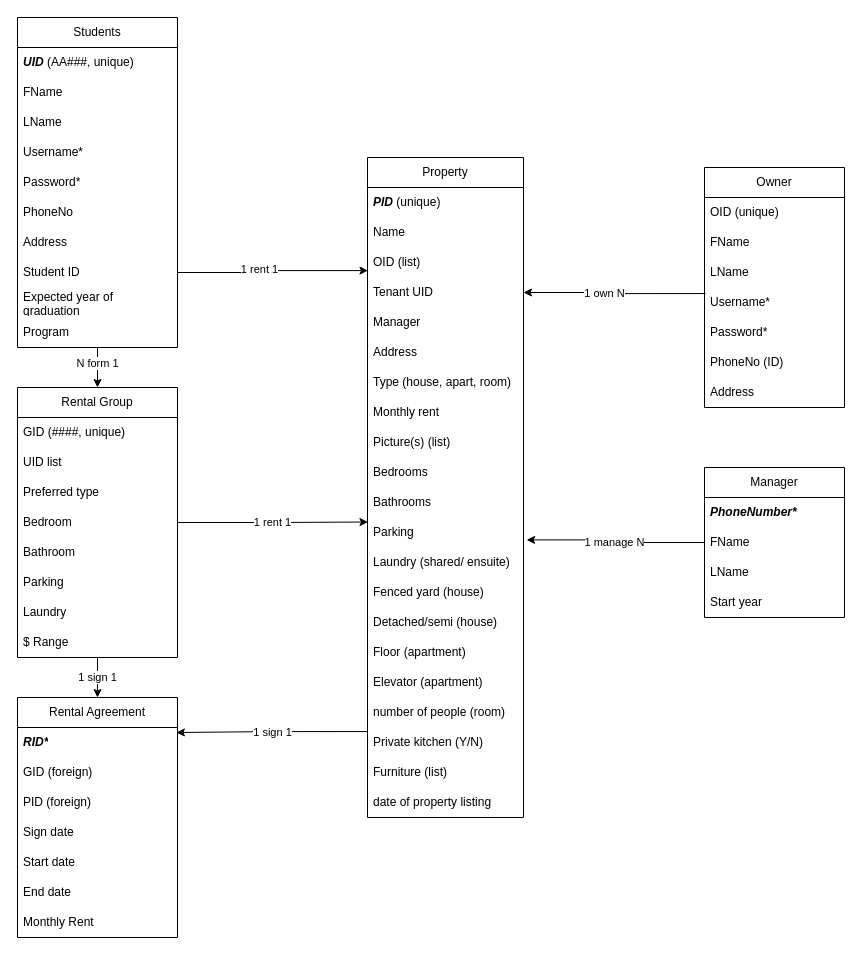
Above: ER diagram.drawio in sean-y-liang/City-Housing-Platform (draw.io), before the change. Source tidied: cells renumbered, new cells numbered last; positions are measured from the earlier drawing's top-left corner, leaving out a move shared by most shapes. Both pictures are drawn from the tidied source at 100%, with x=0, y=0 at pixel (17, 17).
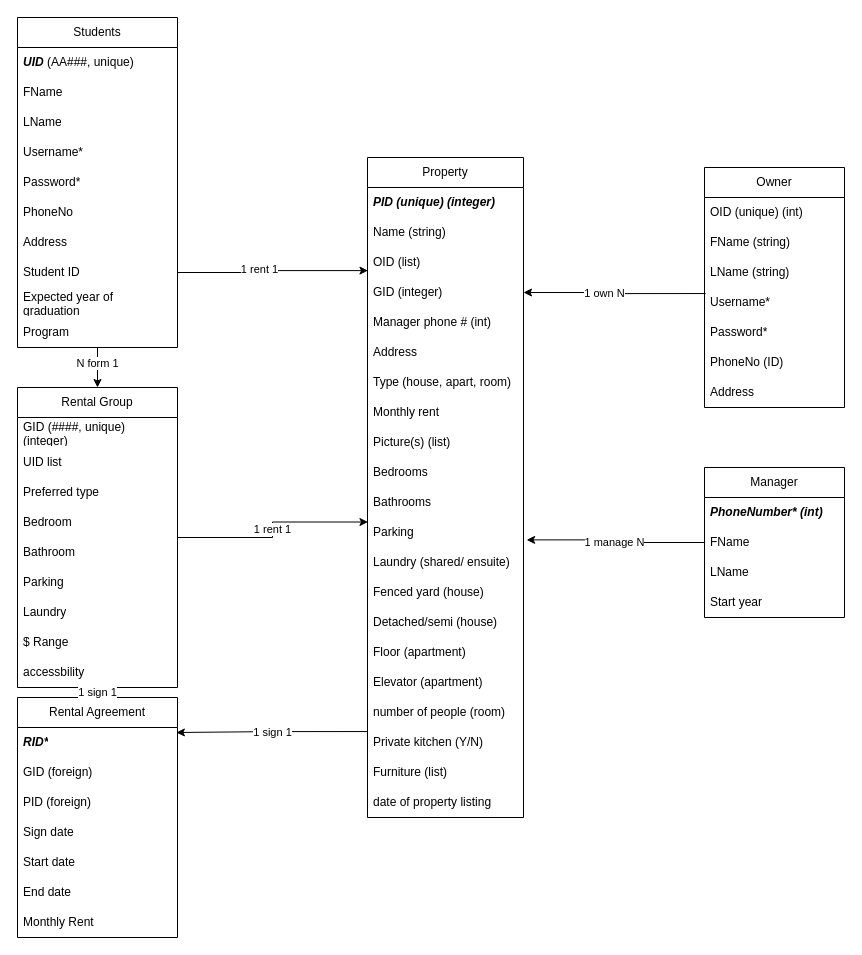
Above is the later version.

Unchanged cells that the change refers to:
```xml
<mxCell id="17" value="Property" style="swimlane;fontStyle=0;horizontal=1;startSize=30;whiteSpace=wrap;html=1;" parent="1" vertex="1">
  <mxGeometry x="350" y="140" width="156" height="660" as="geometry" />
</mxCell>
<mxCell id="49" value="Manager" style="swimlane;fontStyle=0;horizontal=1;startSize=30;whiteSpace=wrap;html=1;" parent="1" vertex="1">
  <mxGeometry x="687" y="450" width="140" height="150" as="geometry" />
</mxCell>
<mxCell id="67" value="Owner" style="swimlane;fontStyle=0;horizontal=1;startSize=30;whiteSpace=wrap;html=1;" parent="1" vertex="1">
  <mxGeometry x="687" y="150" width="140" height="240" as="geometry" />
</mxCell>
```

The edit, as a diff of the source:
```diff
@@
-    <mxCell id="18" value="&lt;b&gt;&lt;i&gt;PID&lt;/i&gt;&lt;/b&gt; (unique)" style="text;strokeColor=none;fillColor=none;align=left;verticalAlign=middle;spacingLeft=4;spacingRight=4;overflow=hidden;whiteSpace=wrap;html=1;" parent="17" vertex="1">
+    <mxCell id="18" value="&lt;b&gt;&lt;i&gt;PID (unique) (integer)&lt;/i&gt;&lt;/b&gt;" style="text;strokeColor=none;fillColor=none;align=left;verticalAlign=middle;spacingLeft=4;spacingRight=4;overflow=hidden;whiteSpace=wrap;html=1;" parent="17" vertex="1">
       <mxGeometry y="30" width="156" height="30" as="geometry" />
     </mxCell>
-    <mxCell id="19" value="Name" style="text;strokeColor=none;fillColor=none;align=left;verticalAlign=middle;spacingLeft=4;spacingRight=4;overflow=hidden;whiteSpace=wrap;html=1;" parent="17" vertex="1">
+    <mxCell id="19" value="Name (string)" style="text;strokeColor=none;fillColor=none;align=left;verticalAlign=middle;spacingLeft=4;spacingRight=4;overflow=hidden;whiteSpace=wrap;html=1;" parent="17" vertex="1">
       <mxGeometry y="60" width="156" height="30" as="geometry" />
     </mxCell>
@@
-    <mxCell id="21" value="Tenant UID" style="text;strokeColor=none;fillColor=none;align=left;verticalAlign=middle;spacingLeft=4;spacingRight=4;overflow=hidden;points=[[0,0.5],[1,0.5]];portConstraint=eastwest;whiteSpace=wrap;html=1;" parent="17" vertex="1">
+    <mxCell id="21" value="GID (integer)" style="text;strokeColor=none;fillColor=none;align=left;verticalAlign=middle;spacingLeft=4;spacingRight=4;overflow=hidden;points=[[0,0.5],[1,0.5]];portConstraint=eastwest;whiteSpace=wrap;html=1;" parent="17" vertex="1">
       <mxGeometry y="120" width="156" height="30" as="geometry" />
     </mxCell>
-    <mxCell id="22" value="Manager" style="text;strokeColor=none;fillColor=none;align=left;verticalAlign=middle;spacingLeft=4;spacingRight=4;overflow=hidden;whiteSpace=wrap;html=1;" parent="17" vertex="1">
+    <mxCell id="22" value="Manager phone # (int)" style="text;strokeColor=none;fillColor=none;align=left;verticalAlign=middle;spacingLeft=4;spacingRight=4;overflow=hidden;whiteSpace=wrap;html=1;" parent="17" vertex="1">
       <mxGeometry y="150" width="156" height="30" as="geometry" />
     </mxCell>
@@
     <mxCell id="39" value="Rental Group" style="swimlane;fontStyle=0;horizontal=1;startSize=30;whiteSpace=wrap;html=1;" parent="1" vertex="1">
-      <mxGeometry y="370" width="160" height="270" as="geometry" />
+      <mxGeometry y="370" width="160" height="300" as="geometry" />
     </mxCell>
-    <mxCell id="40" value="GID (####, unique)" style="text;strokeColor=none;fillColor=none;align=left;verticalAlign=middle;spacingLeft=4;spacingRight=4;overflow=hidden;whiteSpace=wrap;html=1;" parent="39" vertex="1">
+    <mxCell id="40" value="GID (####, unique) (integer)" style="text;strokeColor=none;fillColor=none;align=left;verticalAlign=middle;spacingLeft=4;spacingRight=4;overflow=hidden;whiteSpace=wrap;html=1;" parent="39" vertex="1">
       <mxGeometry y="30" width="160" height="30" as="geometry" />
     </mxCell>
@@
+    <mxCell id="75" value="accessbility" style="text;strokeColor=none;fillColor=none;align=left;verticalAlign=middle;spacingLeft=4;spacingRight=4;overflow=hidden;whiteSpace=wrap;html=1;" parent="39" vertex="1">
+      <mxGeometry y="270" width="160" height="30" as="geometry" />
+    </mxCell>
@@
-    <mxCell id="50" value="&lt;b&gt;&lt;i&gt;PhoneNumber*&lt;/i&gt;&lt;/b&gt;" style="text;strokeColor=none;fillColor=none;align=left;verticalAlign=middle;spacingLeft=4;spacingRight=4;overflow=hidden;whiteSpace=wrap;html=1;" parent="49" vertex="1">
+    <mxCell id="50" value="&lt;i&gt;&lt;b&gt;PhoneNumber* (int)&lt;br&gt;&lt;/b&gt;&lt;/i&gt;" style="text;strokeColor=none;fillColor=none;align=left;verticalAlign=middle;spacingLeft=4;spacingRight=4;overflow=hidden;whiteSpace=wrap;html=1;" parent="49" vertex="1">
       <mxGeometry y="30" width="140" height="30" as="geometry" />
     </mxCell>
@@
-    <mxCell id="68" value="OID (unique)" style="text;strokeColor=none;fillColor=none;align=left;verticalAlign=middle;spacingLeft=4;spacingRight=4;overflow=hidden;whiteSpace=wrap;html=1;" parent="67" vertex="1">
+    <mxCell id="68" value="OID (unique) (int)" style="text;strokeColor=none;fillColor=none;align=left;verticalAlign=middle;spacingLeft=4;spacingRight=4;overflow=hidden;whiteSpace=wrap;html=1;" parent="67" vertex="1">
       <mxGeometry y="30" width="140" height="30" as="geometry" />
     </mxCell>
-    <mxCell id="69" value="FName" style="text;strokeColor=none;fillColor=none;align=left;verticalAlign=middle;spacingLeft=4;spacingRight=4;overflow=hidden;whiteSpace=wrap;html=1;" parent="67" vertex="1">
+    <mxCell id="69" value="FName (string)" style="text;strokeColor=none;fillColor=none;align=left;verticalAlign=middle;spacingLeft=4;spacingRight=4;overflow=hidden;whiteSpace=wrap;html=1;" parent="67" vertex="1">
       <mxGeometry y="60" width="140" height="30" as="geometry" />
     </mxCell>
-    <mxCell id="70" value="LName" style="text;strokeColor=none;fillColor=none;align=left;verticalAlign=middle;spacingLeft=4;spacingRight=4;overflow=hidden;whiteSpace=wrap;html=1;" parent="67" vertex="1">
+    <mxCell id="70" value="LName (string)" style="text;strokeColor=none;fillColor=none;align=left;verticalAlign=middle;spacingLeft=4;spacingRight=4;overflow=hidden;whiteSpace=wrap;html=1;" parent="67" vertex="1">
       <mxGeometry y="90" width="140" height="30" as="geometry" />
     </mxCell>
```
